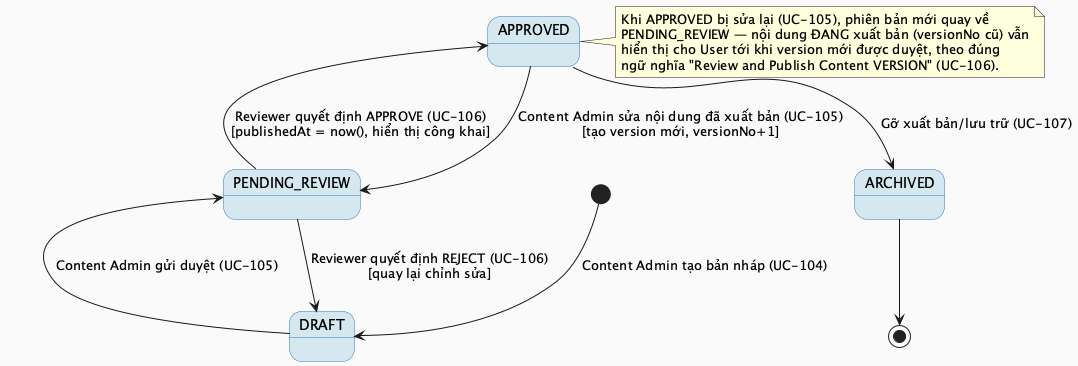
Above: docs/Detailed_Design/MF11_Verified_Content_Checklist_Hub/images/MF11_02_ContentStatus_StateMachine.png in ChuongBDHE172784/CareBridge_SEP490_G79 (PlantUML), before the change.
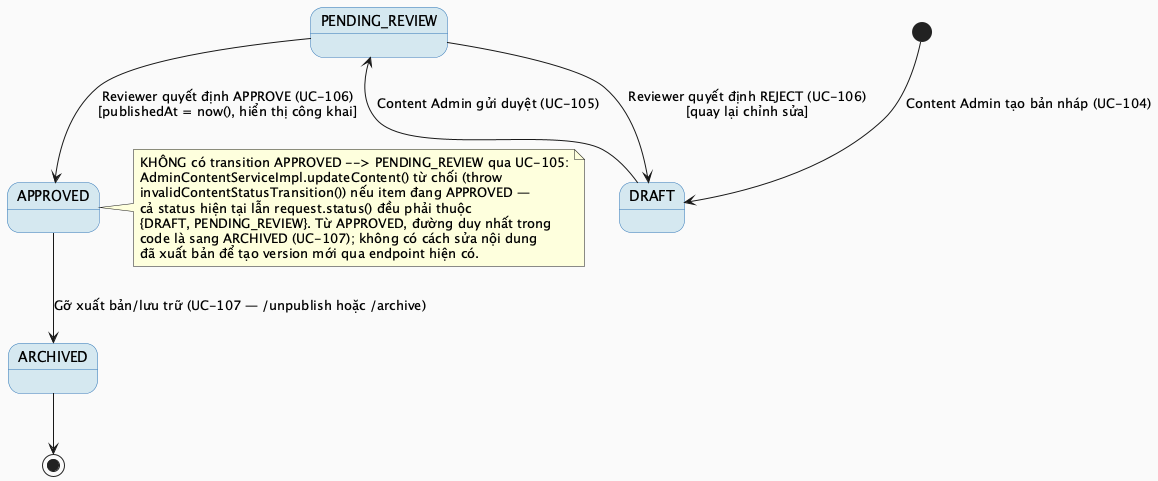
Later version of the same file.

Change to the diagram source:
```diff
@@ -9,16 +9,18 @@
 PENDING_REVIEW --> APPROVED : Reviewer quyết định APPROVE (UC-106)\n[publishedAt = now(), hiển thị công khai]
 PENDING_REVIEW --> DRAFT : Reviewer quyết định REJECT (UC-106)\n[quay lại chỉnh sửa]
 
-APPROVED --> PENDING_REVIEW : Content Admin sửa nội dung đã xuất bản (UC-105)\n[tạo version mới, versionNo+1]
-APPROVED --> ARCHIVED : Gỡ xuất bản/lưu trữ (UC-107)
+APPROVED --> ARCHIVED : Gỡ xuất bản/lưu trữ (UC-107 — /unpublish hoặc /archive)
 
 ARCHIVED --> [*]
 
 note right of APPROVED
-  Khi APPROVED bị sửa lại (UC-105), phiên bản mới quay về
-  PENDING_REVIEW — nội dung ĐANG xuất bản (versionNo cũ) vẫn
-  hiển thị cho User tới khi version mới được duyệt, theo đúng
-  ngữ nghĩa "Review and Publish Content VERSION" (UC-106).
+  KHÔNG có transition APPROVED --> PENDING_REVIEW qua UC-105:
+  AdminContentServiceImpl.updateContent() từ chối (throw
+  invalidContentStatusTransition()) nếu item đang APPROVED —
+  cả status hiện tại lẫn request.status() đều phải thuộc
+  {DRAFT, PENDING_REVIEW}. Từ APPROVED, đường duy nhất trong
+  code là sang ARCHIVED (UC-107); không có cách sửa nội dung
+  đã xuất bản để tạo version mới qua endpoint hiện có.
 end note
 
 @enduml
```
